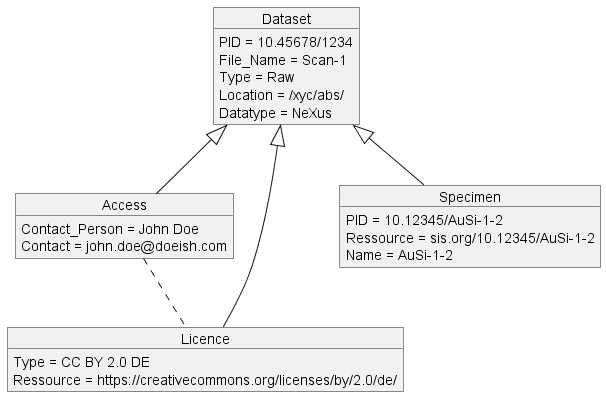
This is classDiagram_minimalPlusMetadateUseCaseP08.png from PhilippJo/Metadataschema4DAPHNE, a PlantUML export, as it was before one commit.
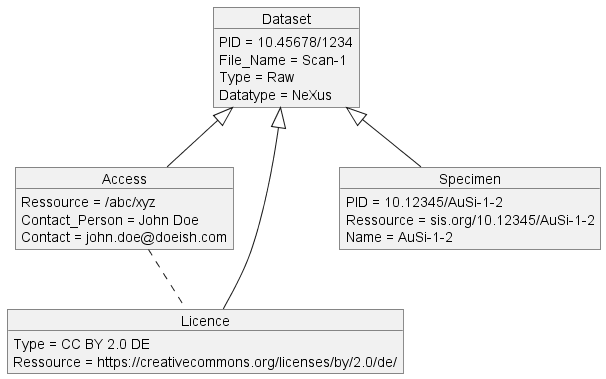
Above is the later version.

Commit message:
update minimal schema

What changed in the source:
```diff
@@ -7,8 +7,8 @@
 dset1 : PID = 10.45678/1234
 dset1 : File_Name = Scan-1
 dset1 : Type = Raw
-dset1 : Location = /xyc/abs/
 dset1 : Datatype = NeXus
+acs1 : Ressource = /abc/xyz
 acs1 : Contact_Person = John Doe
 acs1 : Contact = john.doe@doeish.com
 lic1 : Type = CC BY 2.0 DE
```
